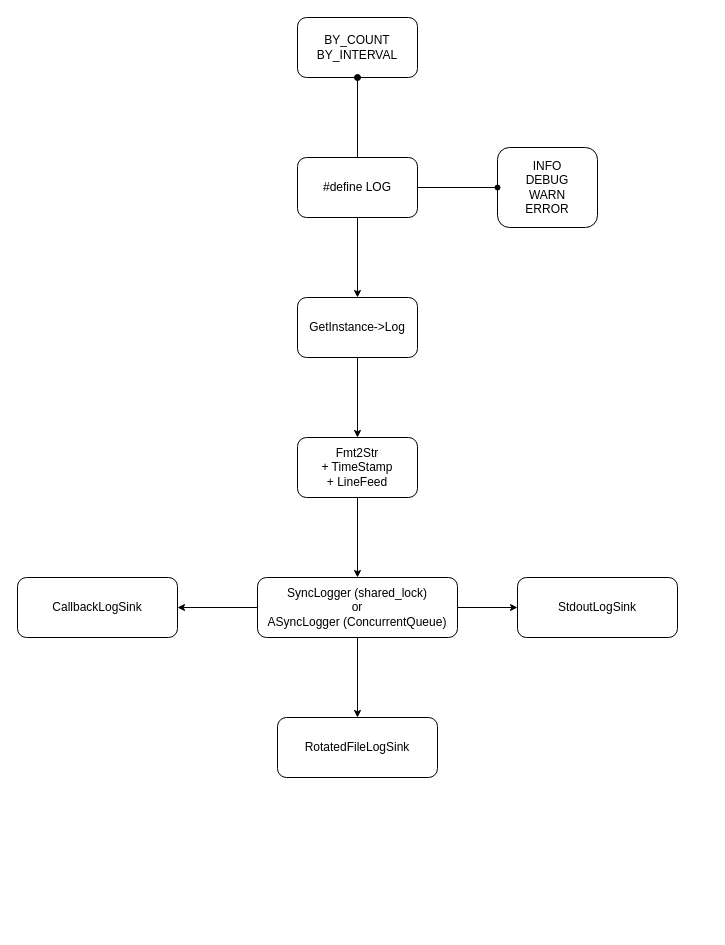
Before: files/logger.drawio in ouyangjunyi/drawio, a draw.io diagram. Source tidied: cells renumbered, new cells numbered last; positions are measured from the earlier drawing's top-left corner, leaving out a move shared by most shapes. Both pictures are drawn from the tidied source at 100%, with x=0, y=0 at pixel (17, 17).
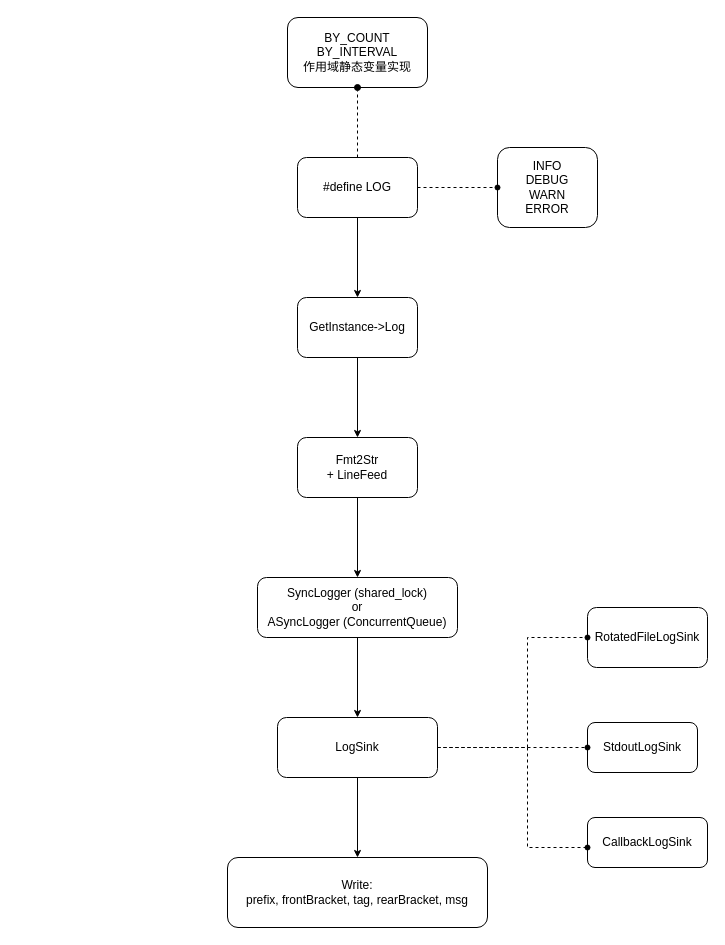
Above is the later version.

Unchanged cells that the change refers to:
```xml
<mxCell id="3" value="INFO&lt;br&gt;DEBUG&lt;br&gt;WARN&lt;br&gt;ERROR" style="rounded=1;whiteSpace=wrap;html=1;" parent="1" vertex="1">
  <mxGeometry x="480" y="130" width="100" height="80" as="geometry" />
</mxCell>
<mxCell id="7" value="#define LOG" style="rounded=1;whiteSpace=wrap;html=1;" parent="1" vertex="1">
  <mxGeometry x="280" y="140" width="120" height="60" as="geometry" />
</mxCell>
<mxCell id="15" value="SyncLogger (shared_lock)&lt;br&gt;or&lt;br&gt;ASyncLogger (ConcurrentQueue)" style="rounded=1;whiteSpace=wrap;html=1;" parent="1" vertex="1">
  <mxGeometry x="240" y="560" width="200" height="60" as="geometry" />
</mxCell>
```

Diff of the diagram source:
```diff
@@
+    <mxCell id="16" value="CallbackLogSink" style="rounded=1;whiteSpace=wrap;html=1;fontStyle=0;" parent="1" vertex="1">
+      <mxGeometry x="570" y="800" width="120" height="50" as="geometry" />
+    </mxCell>
+    <mxCell id="18" value="StdoutLogSink" style="rounded=1;whiteSpace=wrap;html=1;fontStyle=0;" parent="1" vertex="1">
+      <mxGeometry x="570" y="705" width="110" height="50" as="geometry" />
+    </mxCell>
+    <mxCell id="19" value="RotatedFileLogSink" style="rounded=1;whiteSpace=wrap;html=1;fontStyle=0;" parent="1" vertex="1">
+      <mxGeometry x="570" y="590" width="120" height="60" as="geometry" />
+    </mxCell>
-    <mxCell id="2" value="BY_COUNT&lt;br&gt;BY_INTERVAL" style="rounded=1;whiteSpace=wrap;html=1;" parent="1" vertex="1">
-      <mxGeometry x="280" width="120" height="60" as="geometry" />
+    <mxCell id="2" value="BY_COUNT&lt;br&gt;BY_INTERVAL&lt;br&gt;作用域静态变量实现" style="rounded=1;whiteSpace=wrap;html=1;" parent="1" vertex="1">
+      <mxGeometry x="270" width="140" height="70" as="geometry" />
     </mxCell>
@@
-    <mxCell id="4" style="edgeStyle=orthogonalEdgeStyle;rounded=0;jettySize=auto;html=1;endSize=5;endArrow=oval;endFill=1;" parent="1" edge="1" source="7" target="3">
+    <mxCell id="4" style="edgeStyle=orthogonalEdgeStyle;rounded=0;jettySize=auto;html=1;endSize=5;endArrow=oval;endFill=1;dashed=1;" parent="1" edge="1" source="7" target="3">
       <mxGeometry relative="1" as="geometry" />
     </mxCell>
-    <mxCell id="5" style="edgeStyle=orthogonalEdgeStyle;rounded=0;jettySize=auto;html=1;endArrow=oval;endFill=1;" parent="1" edge="1" source="7" target="2">
+    <mxCell id="5" style="edgeStyle=orthogonalEdgeStyle;rounded=0;jettySize=auto;html=1;endArrow=oval;endFill=1;dashed=1;" parent="1" edge="1" source="7" target="2">
       <mxGeometry relative="1" as="geometry" />
     </mxCell>
@@
-    <mxCell id="11" value="Fmt2Str&lt;br&gt;+ TimeStamp&lt;br&gt;+ LineFeed" style="rounded=1;whiteSpace=wrap;html=1;" parent="1" vertex="1">
+    <mxCell id="11" value="Fmt2Str&lt;br&gt;+ LineFeed" style="rounded=1;whiteSpace=wrap;html=1;" parent="1" vertex="1">
       <mxGeometry x="280" y="420" width="120" height="60" as="geometry" />
     </mxCell>
-    <mxCell id="12" style="edgeStyle=orthogonalEdgeStyle;rounded=0;jettySize=auto;html=1;endArrow=classic;endFill=1;endSize=5;" parent="1" edge="1" source="15" target="16">
-      <mxGeometry relative="1" as="geometry" />
-    </mxCell>
@@
-    <mxCell id="14" style="edgeStyle=orthogonalEdgeStyle;rounded=0;jettySize=auto;html=1;endArrow=classic;endFill=1;endSize=5;" parent="1" edge="1" source="15" target="18">
-      <mxGeometry relative="1" as="geometry" />
-    </mxCell>
@@
-    <mxCell id="16" value="CallbackLogSink" style="rounded=1;whiteSpace=wrap;html=1;" parent="1" vertex="1">
-      <mxGeometry y="560" width="160" height="60" as="geometry" />
-    </mxCell>
+    <mxCell id="20" style="edgeStyle=orthogonalEdgeStyle;rounded=0;jettySize=auto;html=1;endArrow=classic;endFill=1;endSize=5;" parent="1" edge="1" source="17" target="24">
+      <mxGeometry relative="1" as="geometry" />
+    </mxCell>
+    <mxCell id="21" style="edgeStyle=orthogonalEdgeStyle;rounded=0;jettySize=auto;html=1;endArrow=oval;endFill=1;endSize=5;dashed=1;" parent="1" edge="1" source="17" target="16">
+      <mxGeometry relative="1" as="geometry">
+        <Array as="points">
+          <mxPoint x="510" y="730" />
+          <mxPoint x="510" y="830" />
+        </Array>
+      </mxGeometry>
+    </mxCell>
+    <mxCell id="22" style="edgeStyle=orthogonalEdgeStyle;rounded=0;jettySize=auto;html=1;endArrow=oval;endFill=1;endSize=5;dashed=1;" parent="1" edge="1" source="17" target="18">
+      <mxGeometry relative="1" as="geometry" />
+    </mxCell>
+    <mxCell id="23" style="edgeStyle=orthogonalEdgeStyle;rounded=0;jettySize=auto;html=1;entryX=0;entryY=0.5;entryDx=0;entryDy=0;endArrow=oval;endFill=1;endSize=5;dashed=1;" parent="1" edge="1" source="17" target="19">
+      <mxGeometry relative="1" as="geometry">
+        <Array as="points">
+          <mxPoint x="510" y="730" />
+          <mxPoint x="510" y="620" />
+        </Array>
+      </mxGeometry>
+    </mxCell>
-    <mxCell id="17" value="RotatedFileLogSink" style="rounded=1;whiteSpace=wrap;html=1;" parent="1" vertex="1">
+    <mxCell id="17" value="LogSink" style="rounded=1;whiteSpace=wrap;html=1;" parent="1" vertex="1">
       <mxGeometry x="260" y="700" width="160" height="60" as="geometry" />
     </mxCell>
-    <mxCell id="18" value="StdoutLogSink" style="rounded=1;whiteSpace=wrap;html=1;" parent="1" vertex="1">
-      <mxGeometry x="500" y="560" width="160" height="60" as="geometry" />
-    </mxCell>
+    <mxCell id="24" value="Write:&lt;br&gt;prefix, frontBracket, tag, rearBracket, msg" style="rounded=1;whiteSpace=wrap;html=1;" parent="1" vertex="1">
+      <mxGeometry x="210" y="840" width="260" height="70" as="geometry" />
+    </mxCell>
```
